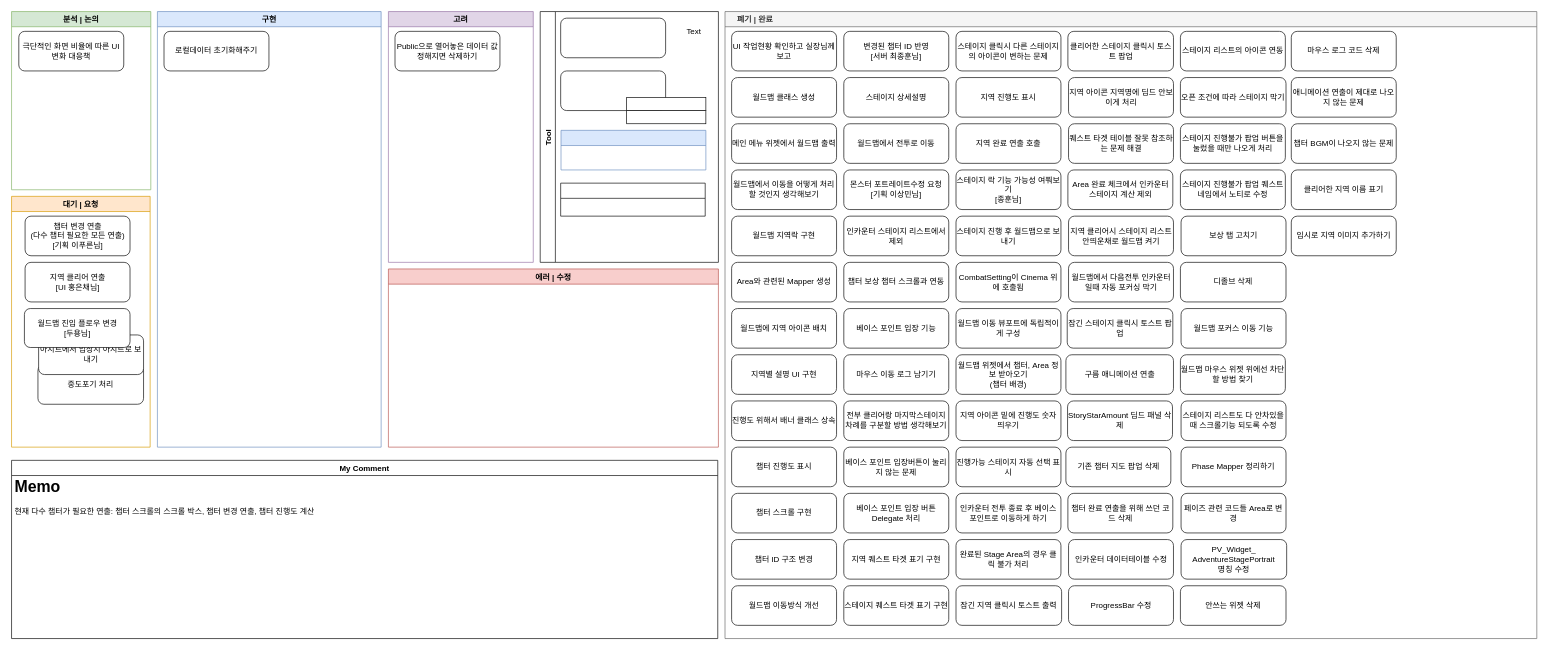
Above: 월드맵 시스템 진행상황.drawio in Endorr/Job-Board (draw.io), before the change. Source tidied: cells renumbered, new cells numbered last; positions are measured from the earlier drawing's top-left corner, leaving out a move shared by most shapes. Both pictures are drawn from the tidied source at 66%, with x=0, y=0 at pixel (11, 11).
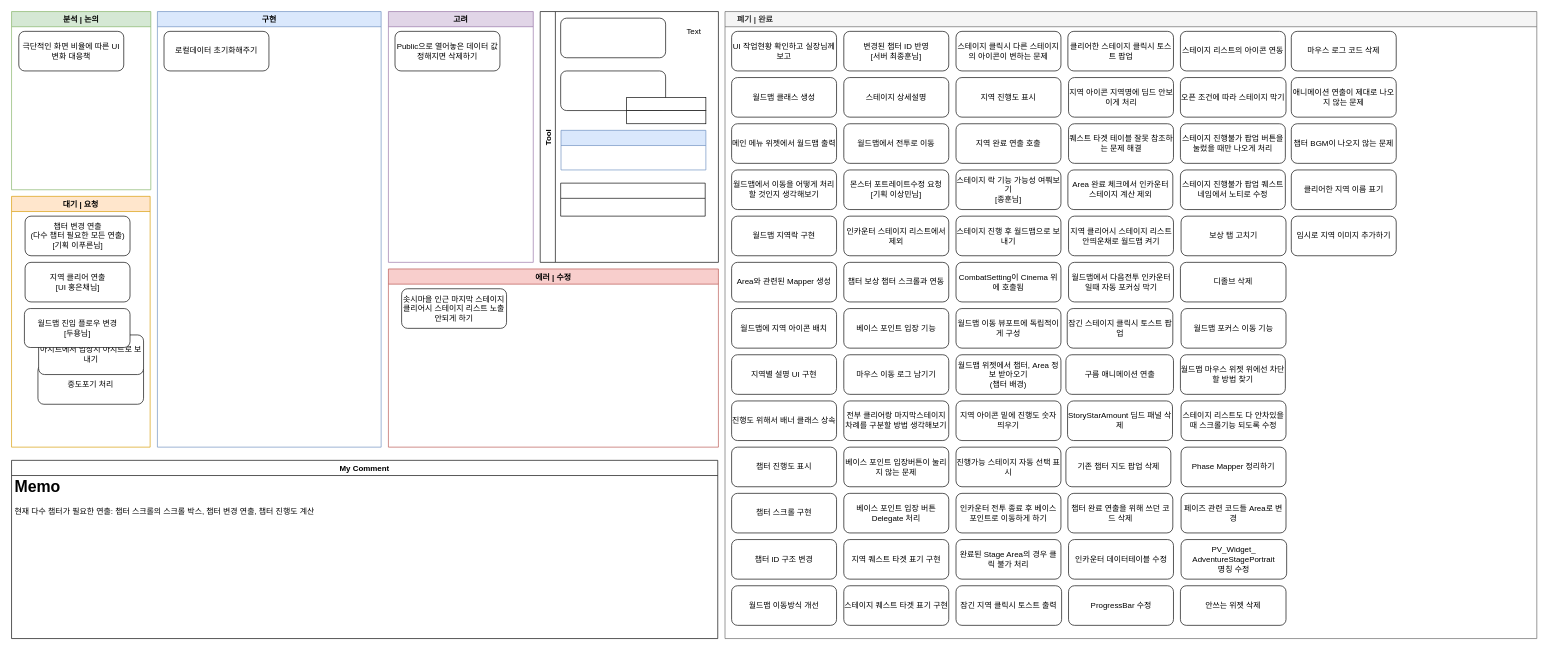
After the change.

Commit message:
Update 월드맵 시스템 진행상황.drawio

The change refers to these unchanged cells:
```xml
<mxCell id="12" value="에러 | 수정" style="swimlane;fillColor=#f8cecc;strokeColor=#b85450;startSize=23;" parent="1" vertex="1">
  <mxGeometry x="571" y="390" width="500" height="270" as="geometry" />
</mxCell>
```

Diff of the diagram source:
```diff
@@
+    <mxCell id="97" value="솟시마을 인근 마지막 스테이지 클리어시 스테이지 리스트 노출 안되게 하기" style="rounded=1;whiteSpace=wrap;html=1;" parent="12" vertex="1">
+      <mxGeometry x="20" y="30" width="159" height="60" as="geometry" />
+    </mxCell>
```
